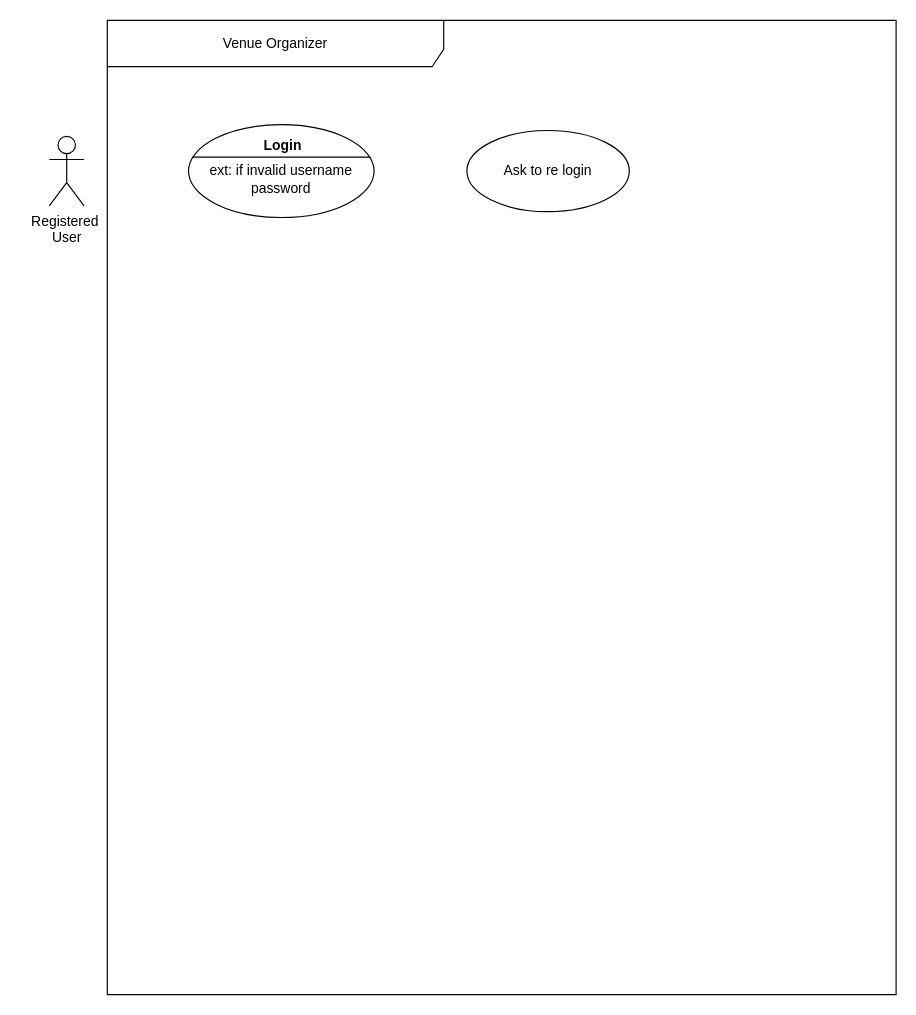
The draw.io diagram Untitled Diagram.drawio in nippaR/Use-Case-Diagrams, before the edit. Source tidied: cells renumbered, new cells numbered last; positions are measured from the earlier drawing's top-left corner, leaving out a move shared by most shapes. Both pictures are drawn from the tidied source at 116%, with x=0, y=0 at pixel (49, 20).
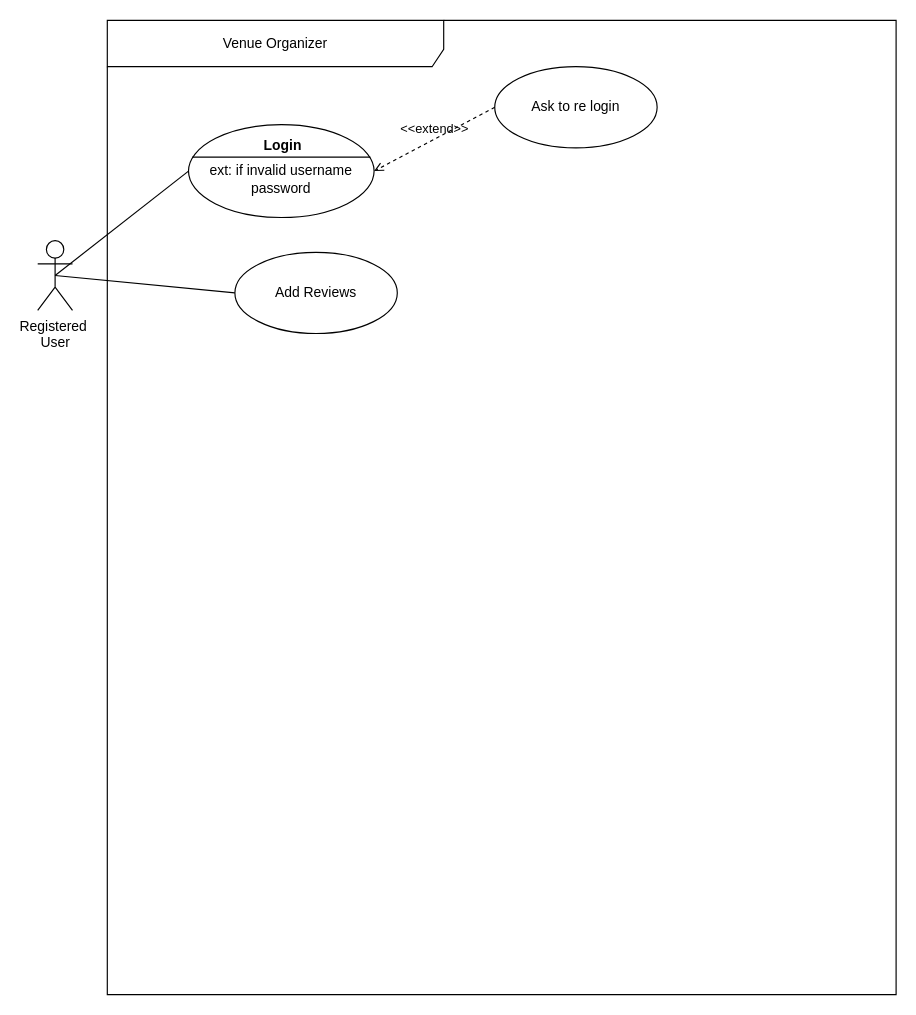
The same diagram, later.

The edit, as a diff of the source:
```diff
@@
 <mxGraphModel>
   <root>
     <mxCell id="0" />
     <mxCell id="1" parent="0" />
     <mxCell id="2" value="Registered&amp;nbsp;&lt;div&gt;User&lt;/div&gt;" style="shape=umlActor;verticalLabelPosition=bottom;verticalAlign=top;html=1;outlineConnect=0;" parent="1" vertex="1">
-      <mxGeometry y="100" width="30" height="60" as="geometry" />
+      <mxGeometry x="-10" y="190" width="30" height="60" as="geometry" />
     </mxCell>
     <mxCell id="3" value="Venue Organizer" style="shape=umlFrame;whiteSpace=wrap;html=1;width=290;height=40;" parent="1" vertex="1">
       <mxGeometry x="50" width="680" height="840" as="geometry" />
     </mxCell>
     <mxCell id="4" value="Ask to re login" style="ellipse;whiteSpace=wrap;html=1;" parent="1" vertex="1">
-      <mxGeometry x="360" y="95" width="140" height="70" as="geometry" />
+      <mxGeometry x="384" y="40" width="140" height="70" as="geometry" />
     </mxCell>
     <mxCell id="5" value="&lt;div&gt;&lt;br&gt;&lt;/div&gt;ext: if invalid username&lt;div&gt;password&lt;/div&gt;" style="html=1;shape=mxgraph.sysml.useCaseExtPt;whiteSpace=wrap;align=center;" parent="1" vertex="1">
       <mxGeometry x="120" y="90" width="160" height="80" as="geometry" />
     </mxCell>
     <mxCell id="6" value="Login" style="html=1;verticalAlign=middle;align=center;labelBackgroundColor=none;fontStyle=1;" parent="5" vertex="1">
       <mxGeometry x="80" y="17" as="geometry" />
     </mxCell>
+    <mxCell id="7" value="&amp;lt;&amp;lt;extend&amp;gt;&amp;gt;" style="html=1;verticalAlign=bottom;labelBackgroundColor=none;endArrow=open;endFill=0;dashed=1;rounded=0;entryX=1;entryY=0.5;entryDx=0;entryDy=0;entryPerimeter=0;exitX=0;exitY=0.5;exitDx=0;exitDy=0;" parent="1" edge="1" source="4" target="5">
+      <mxGeometry relative="1" as="geometry" />
+    </mxCell>
+    <mxCell id="8" style="endArrow=none;html=1;rounded=0;exitX=0.5;exitY=0.5;exitDx=0;exitDy=0;exitPerimeter=0;entryX=0;entryY=0.5;entryDx=0;entryDy=0;entryPerimeter=0;" parent="1" edge="1" source="2" target="5">
+      <mxGeometry relative="1" as="geometry" />
+    </mxCell>
+    <mxCell id="9" style="endArrow=none;html=1;rounded=0;exitX=0.5;exitY=0.5;exitDx=0;exitDy=0;exitPerimeter=0;entryX=0;entryY=0.5;entryDx=0;entryDy=0;" parent="1" edge="1" source="2" target="10">
+      <mxGeometry relative="1" as="geometry" />
+    </mxCell>
+    <mxCell id="10" value="Add Reviews" style="ellipse;whiteSpace=wrap;html=1;" parent="1" vertex="1">
+      <mxGeometry x="160" y="200" width="140" height="70" as="geometry" />
+    </mxCell>
   </root>
 </mxGraphModel>
```
